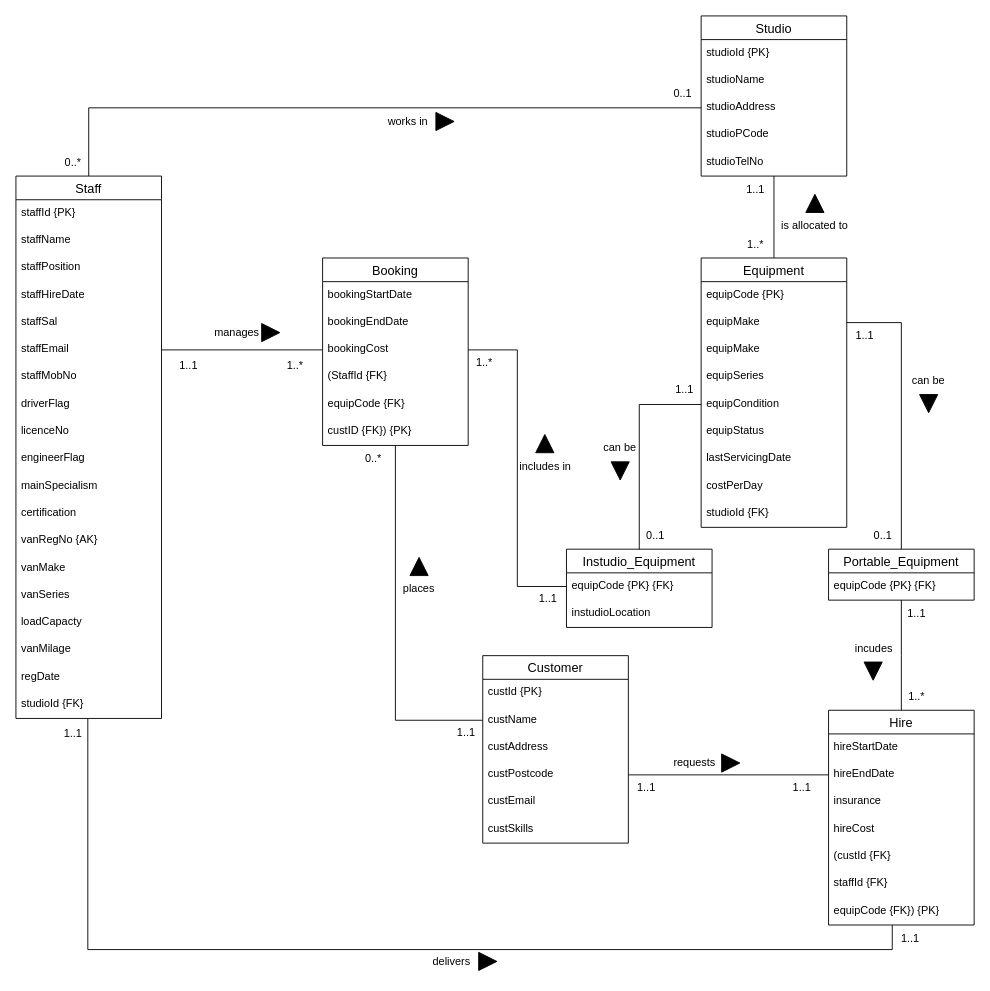
This is Part B/Part_B.drawio from ChitharaKarunasekera/DatabaseSystemsCoursework, a draw.io file, before an edit. Source tidied: cells renumbered, new cells numbered last; positions are measured from the earlier drawing's top-left corner, leaving out a move shared by most shapes. Both pictures are drawn from the tidied source at 91%, with x=0, y=0 at pixel (15, 15).
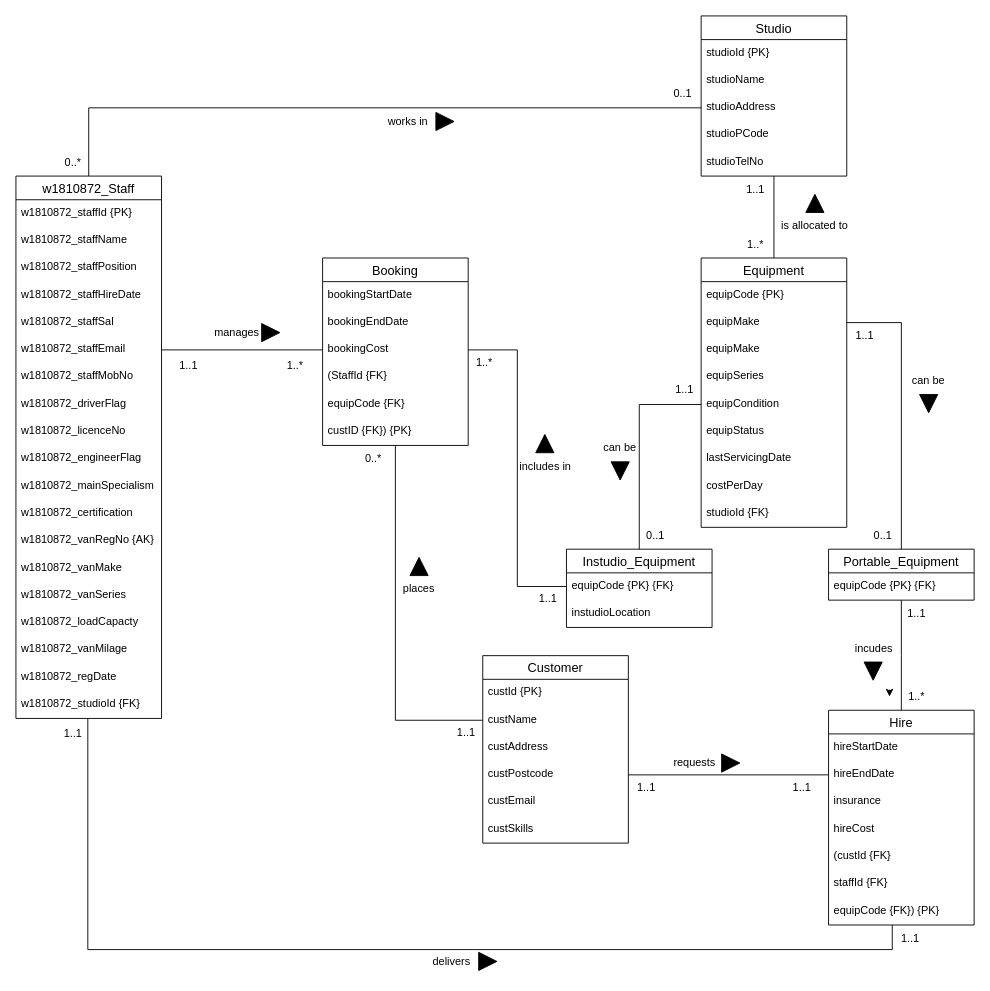
The same diagram, later.

Commit message:
Update staff entity

The change refers to these unchanged cells:
```xml
<mxCell id="88" value="1..*" style="text;html=1;strokeColor=none;fillColor=none;align=center;verticalAlign=middle;whiteSpace=wrap;rounded=0;" parent="1" vertex="1">
  <mxGeometry x="960" y="733" width="60" height="30" as="geometry" />
</mxCell>
```

Diff of the diagram source:
```diff
@@
-    <mxCell id="3" value="Staff" style="swimlane;fontStyle=0;horizontal=1;startSize=26;align=center;fontSize=14;" parent="1" vertex="1">
+    <mxCell id="3" value="w1810872_Staff" style="swimlane;fontStyle=0;horizontal=1;startSize=26;align=center;fontSize=14;" parent="1" vertex="1">
       <mxGeometry y="176" width="160" height="596" as="geometry" />
     </mxCell>
-    <mxCell id="4" value="staffId {PK}" style="text;strokeColor=none;fillColor=none;spacingLeft=4;spacingRight=4;overflow=hidden;fontSize=12;" parent="3" vertex="1">
+    <mxCell id="4" value="w1810872_staffId {PK}" style="text;strokeColor=none;fillColor=none;spacingLeft=4;spacingRight=4;overflow=hidden;fontSize=12;" parent="3" vertex="1">
       <mxGeometry y="26" width="160" height="30" as="geometry" />
     </mxCell>
-    <mxCell id="5" value="staffName" style="text;strokeColor=none;fillColor=none;spacingLeft=4;spacingRight=4;overflow=hidden;fontSize=12;" parent="3" vertex="1">
+    <mxCell id="5" value="w1810872_staffName" style="text;strokeColor=none;fillColor=none;spacingLeft=4;spacingRight=4;overflow=hidden;fontSize=12;" parent="3" vertex="1">
       <mxGeometry y="56" width="160" height="30" as="geometry" />
     </mxCell>
-    <mxCell id="6" value="staffPosition " style="text;strokeColor=none;fillColor=none;spacingLeft=4;spacingRight=4;overflow=hidden;fontSize=12;" parent="3" vertex="1">
+    <mxCell id="6" value="w1810872_staffPosition " style="text;strokeColor=none;fillColor=none;spacingLeft=4;spacingRight=4;overflow=hidden;fontSize=12;" parent="3" vertex="1">
       <mxGeometry y="86" width="160" height="30" as="geometry" />
     </mxCell>
-    <mxCell id="7" value="staffHireDate" style="text;strokeColor=none;fillColor=none;spacingLeft=4;spacingRight=4;overflow=hidden;fontSize=12;" parent="3" vertex="1">
+    <mxCell id="7" value="w1810872_staffHireDate" style="text;strokeColor=none;fillColor=none;spacingLeft=4;spacingRight=4;overflow=hidden;fontSize=12;" parent="3" vertex="1">
       <mxGeometry y="116" width="160" height="30" as="geometry" />
     </mxCell>
-    <mxCell id="8" value="staffSal" style="text;strokeColor=none;fillColor=none;spacingLeft=4;spacingRight=4;overflow=hidden;fontSize=12;" parent="3" vertex="1">
+    <mxCell id="8" value="w1810872_staffSal" style="text;strokeColor=none;fillColor=none;spacingLeft=4;spacingRight=4;overflow=hidden;fontSize=12;" parent="3" vertex="1">
       <mxGeometry y="146" width="160" height="30" as="geometry" />
     </mxCell>
-    <mxCell id="9" value="staffEmail" style="text;strokeColor=none;fillColor=none;spacingLeft=4;spacingRight=4;overflow=hidden;points=[[0,0.5],[1,0.5]];portConstraint=eastwest;fontSize=12;" parent="3" vertex="1">
+    <mxCell id="9" value="w1810872_staffEmail" style="text;strokeColor=none;fillColor=none;spacingLeft=4;spacingRight=4;overflow=hidden;points=[[0,0.5],[1,0.5]];portConstraint=eastwest;fontSize=12;" parent="3" vertex="1">
       <mxGeometry y="176" width="160" height="30" as="geometry" />
     </mxCell>
-    <mxCell id="10" value="staffMobNo" style="text;strokeColor=none;fillColor=none;spacingLeft=4;spacingRight=4;overflow=hidden;fontSize=12;" parent="3" vertex="1">
+    <mxCell id="10" value="w1810872_staffMobNo" style="text;strokeColor=none;fillColor=none;spacingLeft=4;spacingRight=4;overflow=hidden;fontSize=12;" parent="3" vertex="1">
       <mxGeometry y="206" width="160" height="30" as="geometry" />
     </mxCell>
-    <mxCell id="11" value="driverFlag" style="text;strokeColor=none;fillColor=none;spacingLeft=4;spacingRight=4;overflow=hidden;fontSize=12;" parent="3" vertex="1">
+    <mxCell id="11" value="w1810872_driverFlag" style="text;strokeColor=none;fillColor=none;spacingLeft=4;spacingRight=4;overflow=hidden;fontSize=12;" parent="3" vertex="1">
       <mxGeometry y="236" width="160" height="30" as="geometry" />
     </mxCell>
-    <mxCell id="12" value="licenceNo" style="text;strokeColor=none;fillColor=none;spacingLeft=4;spacingRight=4;overflow=hidden;fontSize=12;" parent="3" vertex="1">
+    <mxCell id="12" value="w1810872_licenceNo" style="text;strokeColor=none;fillColor=none;spacingLeft=4;spacingRight=4;overflow=hidden;fontSize=12;" parent="3" vertex="1">
       <mxGeometry y="266" width="160" height="30" as="geometry" />
     </mxCell>
-    <mxCell id="13" value="engineerFlag" style="text;strokeColor=none;fillColor=none;spacingLeft=4;spacingRight=4;overflow=hidden;fontSize=12;" parent="3" vertex="1">
+    <mxCell id="13" value="w1810872_engineerFlag" style="text;strokeColor=none;fillColor=none;spacingLeft=4;spacingRight=4;overflow=hidden;fontSize=12;" parent="3" vertex="1">
       <mxGeometry y="296" width="160" height="30" as="geometry" />
     </mxCell>
-    <mxCell id="14" value="mainSpecialism " style="text;strokeColor=none;fillColor=none;spacingLeft=4;spacingRight=4;overflow=hidden;fontSize=12;" parent="3" vertex="1">
+    <mxCell id="14" value="w1810872_mainSpecialism " style="text;strokeColor=none;fillColor=none;spacingLeft=4;spacingRight=4;overflow=hidden;fontSize=12;" parent="3" vertex="1">
       <mxGeometry y="326" width="160" height="30" as="geometry" />
     </mxCell>
-    <mxCell id="15" value="certification" style="text;strokeColor=none;fillColor=none;spacingLeft=4;spacingRight=4;overflow=hidden;fontSize=12;" parent="3" vertex="1">
+    <mxCell id="15" value="w1810872_certification" style="text;strokeColor=none;fillColor=none;spacingLeft=4;spacingRight=4;overflow=hidden;fontSize=12;" parent="3" vertex="1">
       <mxGeometry y="356" width="160" height="30" as="geometry" />
     </mxCell>
-    <mxCell id="16" value="vanRegNo {AK}" style="text;strokeColor=none;fillColor=none;spacingLeft=4;spacingRight=4;overflow=hidden;fontSize=12;fontColor=#000000;" parent="3" vertex="1">
+    <mxCell id="16" value="w1810872_vanRegNo {AK}" style="text;strokeColor=none;fillColor=none;spacingLeft=4;spacingRight=4;overflow=hidden;fontSize=12;fontColor=#000000;" parent="3" vertex="1">
       <mxGeometry y="386" width="160" height="30" as="geometry" />
     </mxCell>
-    <mxCell id="17" value="vanMake" style="text;strokeColor=none;fillColor=none;spacingLeft=4;spacingRight=4;overflow=hidden;fontSize=12;fontColor=#000000;" parent="3" vertex="1">
+    <mxCell id="17" value="w1810872_vanMake" style="text;strokeColor=none;fillColor=none;spacingLeft=4;spacingRight=4;overflow=hidden;fontSize=12;fontColor=#000000;" parent="3" vertex="1">
       <mxGeometry y="416" width="160" height="30" as="geometry" />
     </mxCell>
-    <mxCell id="18" value="vanSeries " style="text;strokeColor=none;fillColor=none;spacingLeft=4;spacingRight=4;overflow=hidden;fontSize=12;fontColor=#000000;" parent="3" vertex="1">
+    <mxCell id="18" value="w1810872_vanSeries " style="text;strokeColor=none;fillColor=none;spacingLeft=4;spacingRight=4;overflow=hidden;fontSize=12;fontColor=#000000;" parent="3" vertex="1">
       <mxGeometry y="446" width="160" height="30" as="geometry" />
     </mxCell>
-    <mxCell id="19" value="loadCapacty" style="text;strokeColor=none;fillColor=none;spacingLeft=4;spacingRight=4;overflow=hidden;fontSize=12;fontColor=#000000;" parent="3" vertex="1">
+    <mxCell id="19" value="w1810872_loadCapacty" style="text;strokeColor=none;fillColor=none;spacingLeft=4;spacingRight=4;overflow=hidden;fontSize=12;fontColor=#000000;" parent="3" vertex="1">
       <mxGeometry y="476" width="160" height="30" as="geometry" />
     </mxCell>
-    <mxCell id="20" value="vanMilage " style="text;strokeColor=none;fillColor=none;spacingLeft=4;spacingRight=4;overflow=hidden;fontSize=12;fontColor=#000000;" parent="3" vertex="1">
+    <mxCell id="20" value="w1810872_vanMilage " style="text;strokeColor=none;fillColor=none;spacingLeft=4;spacingRight=4;overflow=hidden;fontSize=12;fontColor=#000000;" parent="3" vertex="1">
       <mxGeometry y="506" width="160" height="30" as="geometry" />
     </mxCell>
-    <mxCell id="21" value="regDate" style="text;strokeColor=none;fillColor=none;spacingLeft=4;spacingRight=4;overflow=hidden;fontSize=12;fontColor=#000000;" parent="3" vertex="1">
+    <mxCell id="21" value="w1810872_regDate" style="text;strokeColor=none;fillColor=none;spacingLeft=4;spacingRight=4;overflow=hidden;fontSize=12;fontColor=#000000;" parent="3" vertex="1">
       <mxGeometry y="536" width="160" height="30" as="geometry" />
     </mxCell>
-    <mxCell id="22" value="studioId {FK}" style="text;strokeColor=none;fillColor=none;spacingLeft=4;spacingRight=4;overflow=hidden;points=[[0,0.5],[1,0.5]];portConstraint=eastwest;fontSize=12;fontColor=#000000;" parent="3" vertex="1">
+    <mxCell id="22" value="w1810872_studioId {FK}" style="text;strokeColor=none;fillColor=none;spacingLeft=4;spacingRight=4;overflow=hidden;points=[[0,0.5],[1,0.5]];portConstraint=eastwest;fontSize=12;fontColor=#000000;" parent="3" vertex="1">
       <mxGeometry y="566" width="160" height="30" as="geometry" />
     </mxCell>
@@
+    <mxCell id="115" style="edgeStyle=orthogonalEdgeStyle;rounded=0;orthogonalLoop=1;jettySize=auto;html=1;exitX=0;exitY=0.25;exitDx=0;exitDy=0;entryX=0;entryY=0.5;entryDx=0;entryDy=0;" parent="1" edge="1" source="88" target="88">
+      <mxGeometry relative="1" as="geometry" />
+    </mxCell>
```
